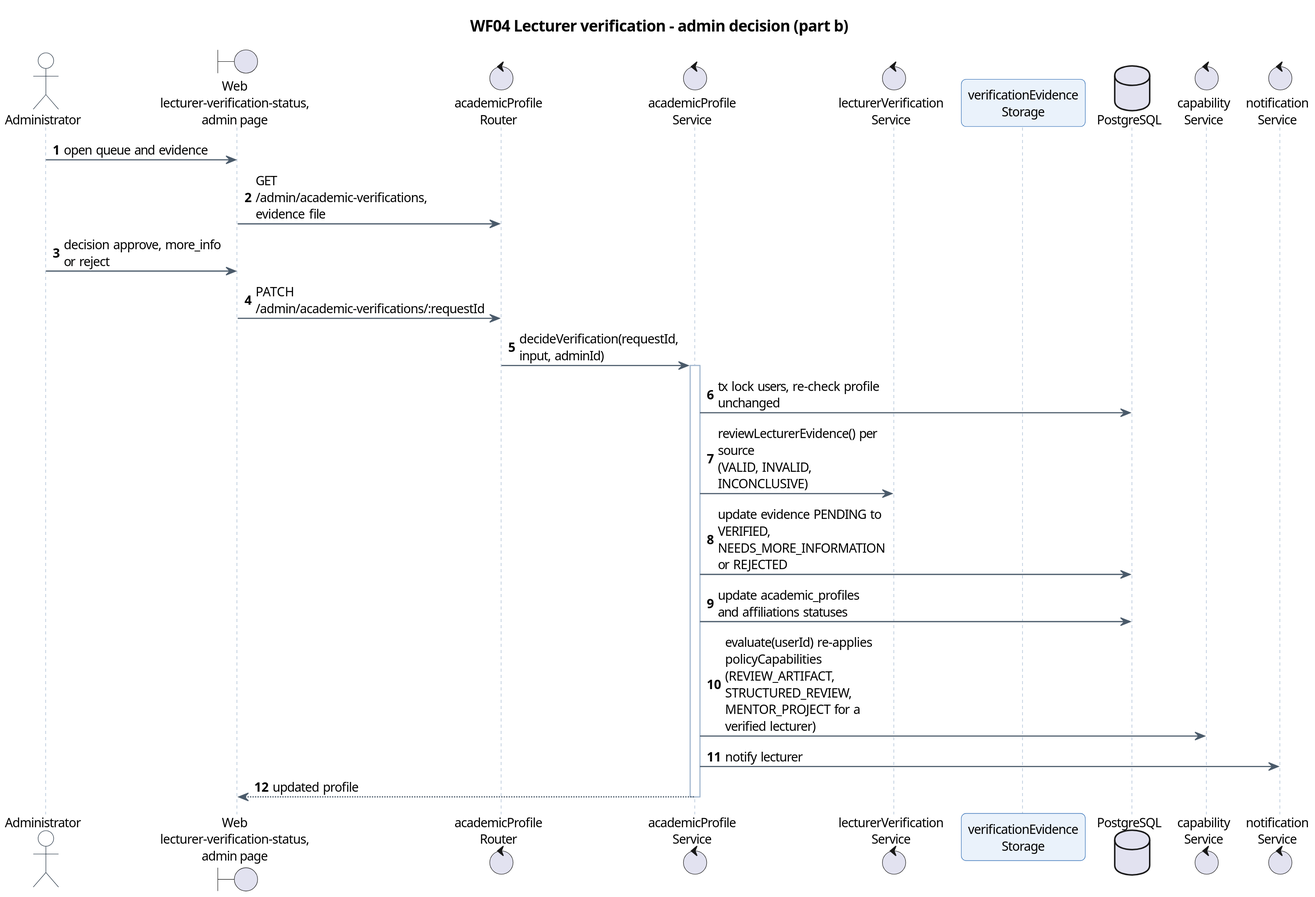
Above: docs/diagrams/report4/R4_WF04_Seq_b.svg in Khoa-Hoa-Technology-Solution-Company/lumi-gap (PlantUML), before the change.
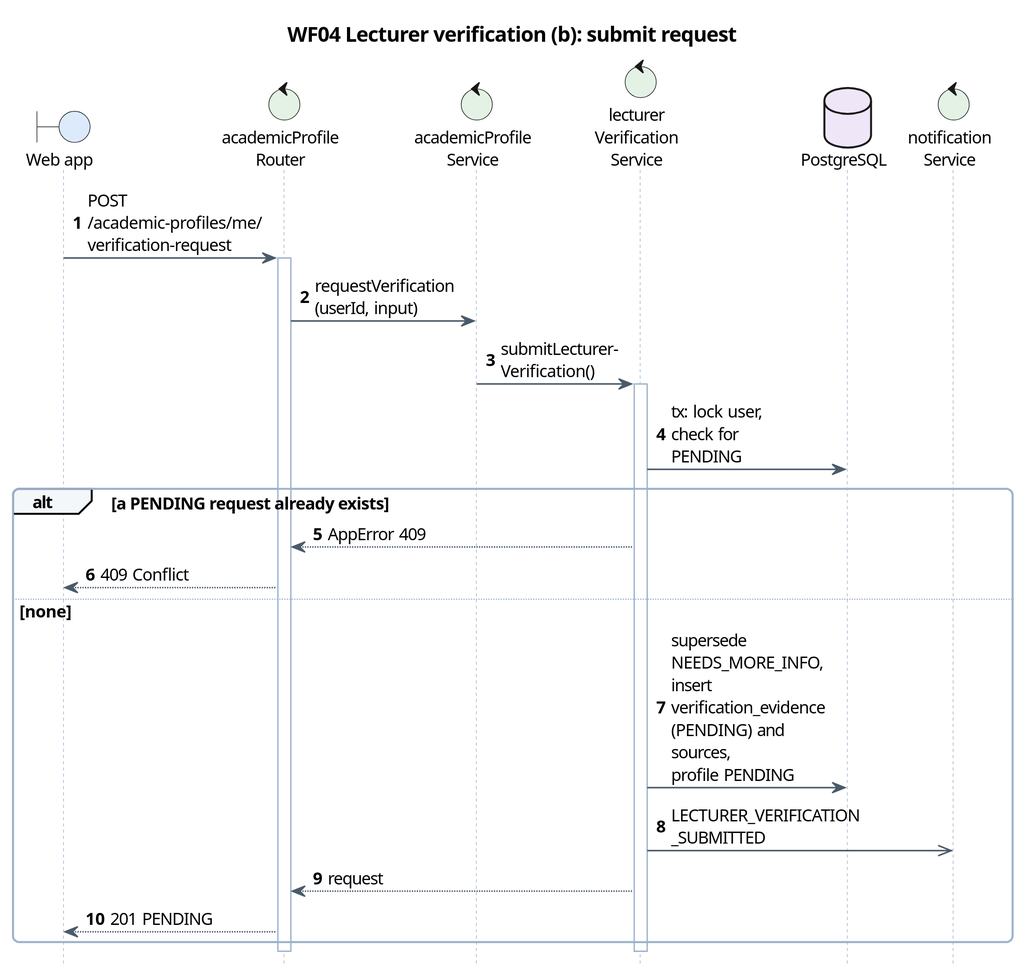
The same file after the commit.

Diff of the diagram source:
```diff
@@ -1,5 +1,5 @@
 @startuml
-skinparam dpi 150
+skinparam dpi 200
 skinparam defaultFontName "Segoe UI"
 skinparam defaultFontSize 13
 skinparam shadowing false
@@ -58,33 +58,39 @@
   BackgroundColor #F7F9FC
   BorderColor #2F6DB5
 }
-title WF04 Lecturer verification - admin decision (part b)
-skinparam maxMessageSize 170
-skinparam ParticipantPadding 2
+skinparam maxMessageSize 100
+skinparam ParticipantPadding 0
 skinparam BoxPadding 2
 skinparam sequenceMessageAlign left
+skinparam responseMessageBelowArrow true
+skinparam SequenceGroupBodyBackgroundColor transparent
+skinparam SequenceGroupBackgroundColor #F4F7FA
+skinparam SequenceDividerBackgroundColor #DCE8F6
+skinparam NoteFontSize 12
+hide footbox
 autonumber
-actor "Administrator" as AD
-boundary "Web\nlecturer-verification-status,\nadmin page" as W
-control "academicProfile\nRouter" as R
-control "academicProfile\nService" as P
-control "lecturerVerification\nService" as LV
-participant "verificationEvidence\nStorage" as ST
-database "PostgreSQL" as DB
-control "capability\nService" as C
-control "notification\nService" as N
-AD -> W : open queue and evidence
-W -> R : GET /admin/academic-verifications, evidence file
-AD -> W : decision approve, more_info or reject
-W -> R : PATCH /admin/academic-verifications/:requestId
-R -> P : decideVerification(requestId, input, adminId)
-activate P
-P -> DB : tx lock users, re-check profile unchanged
-P -> LV : reviewLecturerEvidence() per source\n(VALID, INVALID, INCONCLUSIVE)
-P -> DB : update evidence PENDING to VERIFIED,\nNEEDS_MORE_INFORMATION or REJECTED
-P -> DB : update academic_profiles and affiliations statuses
-P -> C : evaluate(userId) re-applies policyCapabilities\n(REVIEW_ARTIFACT, STRUCTURED_REVIEW,\nMENTOR_PROJECT for a verified lecturer)
-P -> N : notify lecturer
-P --> W : updated profile
-deactivate P
+title WF04 Lecturer verification (b): submit request
+boundary "Web app" as W #DCEAFB
+control "academicProfile\nRouter" as R #E3F2E5
+control "academicProfile\nService" as P #E3F2E5
+control "lecturer\nVerification\nService" as LV #E3F2E5
+database "PostgreSQL" as DB #EFE6F8
+control "notification\nService" as N #E3F2E5
+W -> R : POST /academic-profiles/me/\nverification-request
+activate R
+R -> P : requestVerification\n(userId, input)
+P -> LV : submitLecturer-\nVerification()
+activate LV
+LV -> DB : tx: lock user,\ncheck for PENDING
+alt a PENDING request already exists
+  LV --> R : AppError 409
+  R --> W : 409 Conflict
+else none
+  LV -> DB : supersede NEEDS_MORE_INFO,\ninsert verification_evidence\n(PENDING) and sources,\nprofile PENDING
+  LV ->> N : LECTURER_VERIFICATION\n_SUBMITTED
+  LV --> R : request
+  R --> W : 201 PENDING
+end
+deactivate LV
+deactivate R
 @enduml
```
